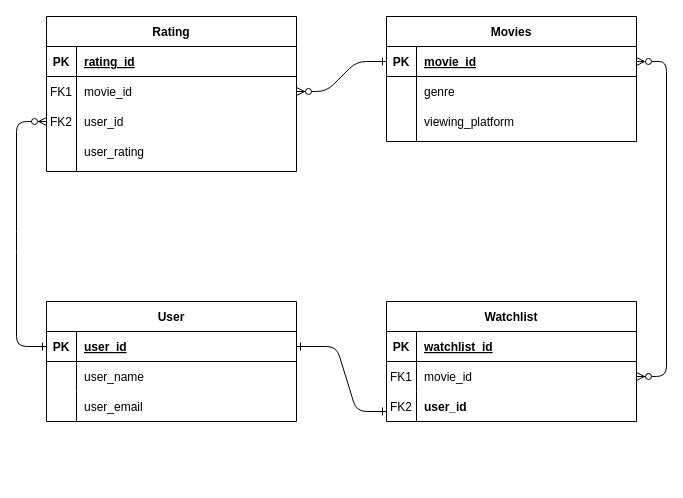
Above: Untitled Diagram.drawio in boldybread/T2A2_Movie_API (draw.io), before the change. Source tidied: cells renumbered, new cells numbered last; positions are measured from the earlier drawing's top-left corner, leaving out a move shared by most shapes. Both pictures are drawn from the tidied source at 100%, with x=0, y=0 at pixel (16, 16).
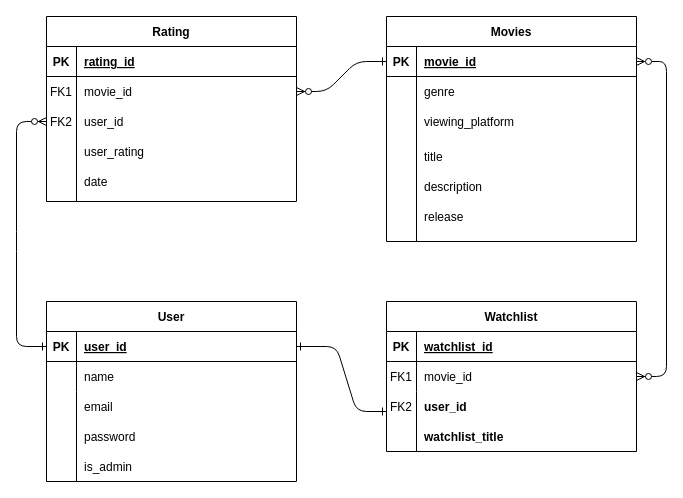
The same diagram, later.

Unchanged cells that the change refers to:
```xml
<mxCell id="25" style="shape=partialRectangle;fillColor=none;top=0;left=0;right=0;bottom=0;" parent="21" vertex="1">
  <mxGeometry y="60" width="250" height="30" as="geometry" />
</mxCell>
<mxCell id="28" style="shape=partialRectangle;fillColor=none;top=0;left=0;right=0;bottom=0;" parent="1" vertex="1">
  <mxGeometry x="30" y="375" width="250" height="30" as="geometry" />
</mxCell>
```

The edit, as a diff of the source:
```diff
@@
     <mxCell id="4" value="Movies" style="shape=table;startSize=30;childLayout=tableLayout;rowLines=0;fontStyle=1;align=center;" parent="1" vertex="1">
-      <mxGeometry x="370" width="250" height="125" as="geometry" />
+      <mxGeometry x="370" width="250" height="225" as="geometry" />
     </mxCell>
@@
     <mxCell id="11" value="Rating" style="shape=table;startSize=30;childLayout=tableLayout;rowLines=0;fontStyle=1;align=center;" parent="1" vertex="1">
-      <mxGeometry x="30" width="250" height="155" as="geometry" />
+      <mxGeometry x="30" width="250" height="185" as="geometry" />
     </mxCell>
@@
     <mxCell id="21" value="User" style="shape=table;startSize=30;childLayout=tableLayout;rowLines=0;fontStyle=1;align=center;" parent="1" vertex="1">
-      <mxGeometry x="30" y="285" width="250" height="120" as="geometry" />
+      <mxGeometry x="30" y="285" width="250" height="180" as="geometry" />
     </mxCell>
@@
-    <mxCell id="27" value="user_name" style="shape=partialRectangle;overflow=hidden;fillColor=none;top=0;left=0;bottom=0;right=0;align=left;spacingLeft=6;" parent="25" vertex="1">
+    <mxCell id="27" value="name" style="shape=partialRectangle;overflow=hidden;fillColor=none;top=0;left=0;bottom=0;right=0;align=left;spacingLeft=6;" parent="25" vertex="1">
       <mxGeometry x="30" width="220" height="30" as="geometry" />
     </mxCell>
@@
-    <mxCell id="30" value="user_email" style="shape=partialRectangle;overflow=hidden;fillColor=none;top=0;left=0;bottom=0;right=0;align=left;spacingLeft=6;" parent="28" vertex="1">
+    <mxCell id="30" value="email" style="shape=partialRectangle;overflow=hidden;fillColor=none;top=0;left=0;bottom=0;right=0;align=left;spacingLeft=6;" parent="28" vertex="1">
       <mxGeometry x="30" width="220" height="30" as="geometry" />
     </mxCell>
@@
     <mxCell id="38" style="endArrow=none;html=1;rounded=0;entryX=0.124;entryY=0.1;entryDx=0;entryDy=0;entryPerimeter=0;" parent="1" edge="1">
       <mxGeometry relative="1" as="geometry">
-        <mxPoint x="60" y="405" as="sourcePoint" />
+        <mxPoint x="60" y="465" as="sourcePoint" />
         <mxPoint x="60" y="375" as="targetPoint" />
       </mxGeometry>
     </mxCell>
     <mxCell id="39" style="endArrow=none;html=1;rounded=0;entryX=0.124;entryY=0.1;entryDx=0;entryDy=0;entryPerimeter=0;" parent="1" edge="1">
       <mxGeometry relative="1" as="geometry">
-        <mxPoint x="400" y="125" as="sourcePoint" />
+        <mxPoint x="400" y="225" as="sourcePoint" />
         <mxPoint x="400" y="70" as="targetPoint" />
       </mxGeometry>
     </mxCell>
@@
     <mxCell id="41" style="endArrow=none;html=1;rounded=0;entryX=0.124;entryY=0.1;entryDx=0;entryDy=0;entryPerimeter=0;" parent="1" edge="1">
       <mxGeometry relative="1" as="geometry">
-        <mxPoint x="60" y="155" as="sourcePoint" />
+        <mxPoint x="60" y="185" as="sourcePoint" />
         <mxPoint x="60" y="70" as="targetPoint" />
       </mxGeometry>
     </mxCell>
     <mxCell id="42" value="Watchlist" style="shape=table;startSize=30;childLayout=tableLayout;rowLines=0;fontStyle=1;align=center;" parent="1" vertex="1">
-      <mxGeometry x="370" y="285" width="250" height="120" as="geometry" />
+      <mxGeometry x="370" y="285" width="250" height="150" as="geometry" />
     </mxCell>
@@
     <mxCell id="49" style="endArrow=none;html=1;rounded=0;entryX=0.124;entryY=0.1;entryDx=0;entryDy=0;entryPerimeter=0;" parent="1" edge="1">
       <mxGeometry relative="1" as="geometry">
-        <mxPoint x="400" y="405" as="sourcePoint" />
+        <mxPoint x="400" y="435" as="sourcePoint" />
         <mxPoint x="400" y="375" as="targetPoint" />
       </mxGeometry>
     </mxCell>
@@
+    <mxCell id="55" value="date" style="shape=partialRectangle;overflow=hidden;fillColor=none;top=0;left=0;bottom=0;right=0;align=left;spacingLeft=6;" parent="1" vertex="1">
+      <mxGeometry x="60" y="150" width="220" height="30" as="geometry" />
+    </mxCell>
+    <mxCell id="56" style="shape=partialRectangle;fillColor=none;top=0;left=0;right=0;bottom=0;" parent="1" vertex="1">
+      <mxGeometry x="370" y="125" width="250" height="30" as="geometry" />
+    </mxCell>
+    <mxCell id="57" style="shape=partialRectangle;overflow=hidden;fillColor=none;top=0;left=0;bottom=0;right=0;" parent="56" vertex="1">
+      <mxGeometry width="30" height="30" as="geometry" />
+    </mxCell>
+    <mxCell id="58" value="title" style="shape=partialRectangle;overflow=hidden;fillColor=none;top=0;left=0;bottom=0;right=0;align=left;spacingLeft=6;" parent="56" vertex="1">
+      <mxGeometry x="30" width="220" height="30" as="geometry" />
+    </mxCell>
+    <mxCell id="59" value="release" style="shape=partialRectangle;overflow=hidden;fillColor=none;top=0;left=0;bottom=0;right=0;align=left;spacingLeft=6;" parent="1" vertex="1">
+      <mxGeometry x="400" y="185" width="220" height="30" as="geometry" />
+    </mxCell>
+    <mxCell id="60" value="description" style="shape=partialRectangle;overflow=hidden;fillColor=none;top=0;left=0;bottom=0;right=0;align=left;spacingLeft=6;" parent="1" vertex="1">
+      <mxGeometry x="400" y="155" width="220" height="30" as="geometry" />
+    </mxCell>
+    <mxCell id="61" value="watchlist_title" style="shape=partialRectangle;overflow=hidden;fillColor=none;top=0;left=0;bottom=0;right=0;align=left;spacingLeft=6;fontStyle=1;" parent="1" vertex="1">
+      <mxGeometry x="400" y="405" width="220" height="30" as="geometry" />
+    </mxCell>
+    <mxCell id="62" value="is_admin" style="shape=partialRectangle;overflow=hidden;fillColor=none;top=0;left=0;bottom=0;right=0;align=left;spacingLeft=6;" parent="1" vertex="1">
+      <mxGeometry x="60" y="435" width="220" height="30" as="geometry" />
+    </mxCell>
+    <mxCell id="63" value="password" style="shape=partialRectangle;overflow=hidden;fillColor=none;top=0;left=0;bottom=0;right=0;align=left;spacingLeft=6;" parent="1" vertex="1">
+      <mxGeometry x="60" y="405" width="220" height="30" as="geometry" />
+    </mxCell>
```
